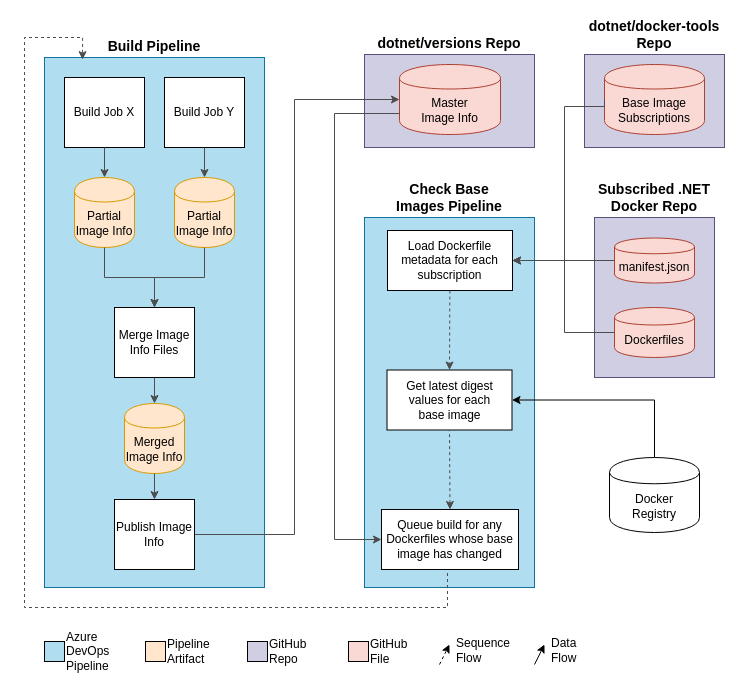
This is documentation/assets/Base Image Dependency Flow.drawio from dotnet/docker-tools, a draw.io file, before an edit. Source tidied: cells renumbered, new cells numbered last; positions are measured from the earlier drawing's top-left corner, leaving out a move shared by most shapes. Both pictures are drawn from the tidied source at 100%, with x=0, y=0 at pixel (24, 37).
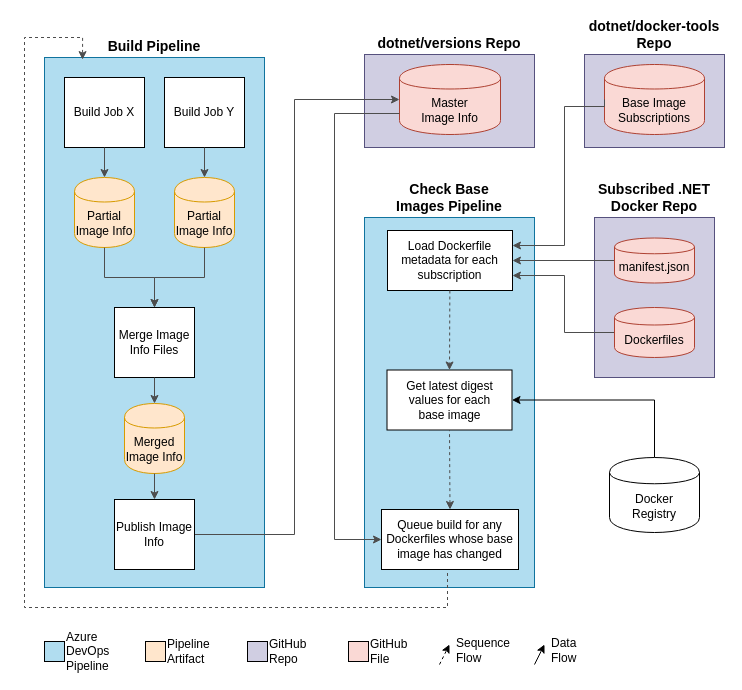
Above is the later version.

Unchanged cells that the change refers to:
```xml
<mxCell id="23" value="Load Dockerfile metadata for each subscription" style="rounded=0;whiteSpace=wrap;html=1;align=center;" parent="1" vertex="1">
  <mxGeometry x="363" y="193" width="125" height="60" as="geometry" />
</mxCell>
<mxCell id="28" value="Dockerfiles" style="shape=cylinder;whiteSpace=wrap;html=1;boundedLbl=1;backgroundOutline=1;align=center;fillColor=#fad9d5;strokeColor=#ae4132;" parent="1" vertex="1">
  <mxGeometry x="590" y="270" width="80" height="50" as="geometry" />
</mxCell>
<mxCell id="41" value="Base Image Subscriptions" style="shape=cylinder;whiteSpace=wrap;html=1;boundedLbl=1;backgroundOutline=1;align=center;fillColor=#fad9d5;strokeColor=#ae4132;" parent="1" vertex="1">
  <mxGeometry x="580" y="27" width="100" height="70" as="geometry" />
</mxCell>
```

What changed in the source:
```diff
@@
-    <mxCell id="27" style="edgeStyle=orthogonalEdgeStyle;rounded=0;jumpStyle=none;jettySize=auto;exitX=0;exitY=0.5;exitDx=0;exitDy=0;entryX=1;entryY=0.5;entryDx=0;entryDy=0;labelBorderColor=none;fontColor=#000000;html=1;labelBackgroundColor=#ffffff;strokeColor=#4D4D4D;" parent="1" edge="1" source="28" target="23">
+    <mxCell id="27" style="edgeStyle=orthogonalEdgeStyle;rounded=0;jumpStyle=none;jettySize=auto;exitX=0;exitY=0.5;exitDx=0;exitDy=0;entryX=1;entryY=0.75;entryDx=0;entryDy=0;labelBorderColor=none;fontColor=#000000;html=1;labelBackgroundColor=#ffffff;strokeColor=#4D4D4D;" parent="1" edge="1" source="28" target="23">
       <mxGeometry relative="1" as="geometry">
         <Array as="points">
           <mxPoint x="540" y="295" />
-          <mxPoint x="540" y="223" />
+          <mxPoint x="540" y="238" />
         </Array>
       </mxGeometry>
     </mxCell>
@@
-    <mxCell id="42" style="edgeStyle=orthogonalEdgeStyle;rounded=0;jumpStyle=none;jettySize=auto;html=1;exitX=0;exitY=0.5;exitDx=0;exitDy=0;entryX=1;entryY=0.5;entryDx=0;entryDy=0;strokeColor=#4D4D4D;" parent="1" edge="1" source="41" target="23">
+    <mxCell id="42" style="edgeStyle=orthogonalEdgeStyle;rounded=0;jumpStyle=none;jettySize=auto;html=1;exitX=0;exitY=0.5;exitDx=0;exitDy=0;entryX=1;entryY=0.25;entryDx=0;entryDy=0;strokeColor=#4D4D4D;" parent="1" edge="1" source="41" target="23">
       <mxGeometry relative="1" as="geometry">
         <Array as="points">
           <mxPoint x="580" y="69" />
           <mxPoint x="540" y="69" />
-          <mxPoint x="540" y="223" />
+          <mxPoint x="540" y="208" />
         </Array>
       </mxGeometry>
     </mxCell>
```
